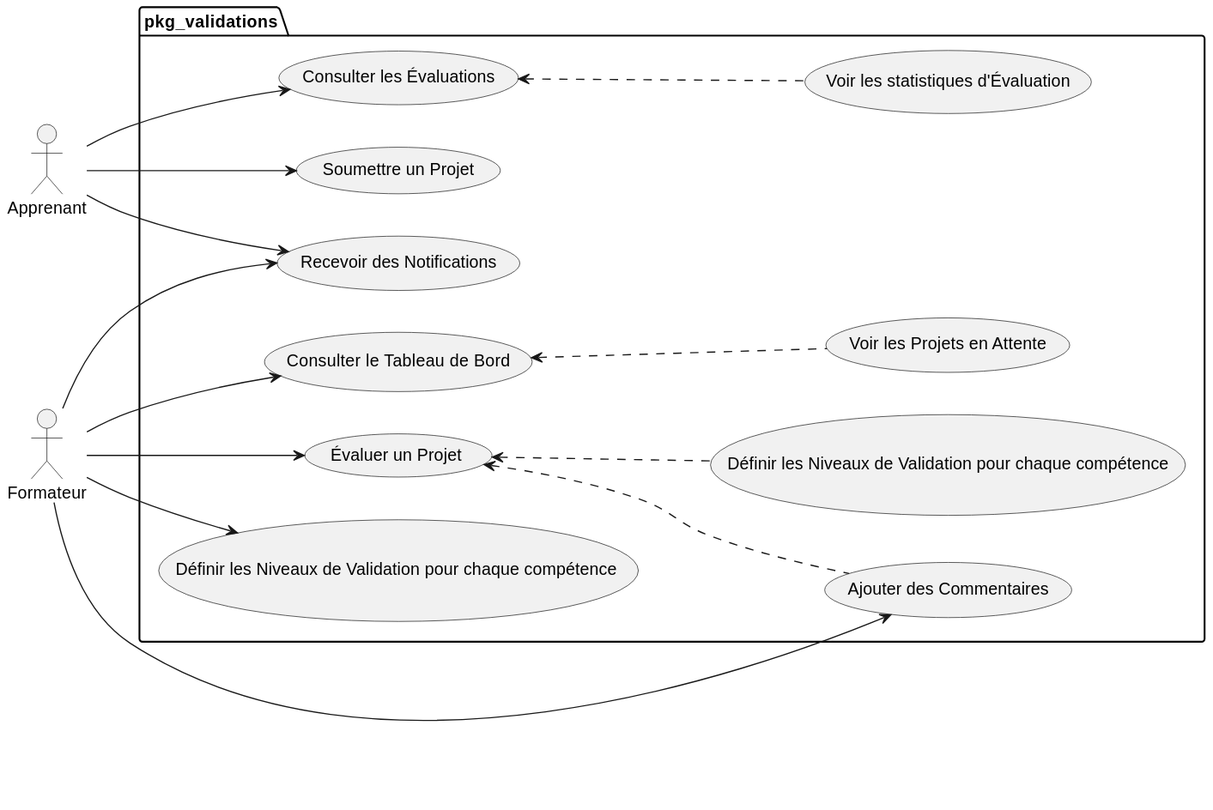
Before: docs/diagrammes/pkg_validations/uses_cases_pkg_validations/uses_cases_pkg_validations.svg, a diagram exported from PlantUML (solicoders/soli-lms).
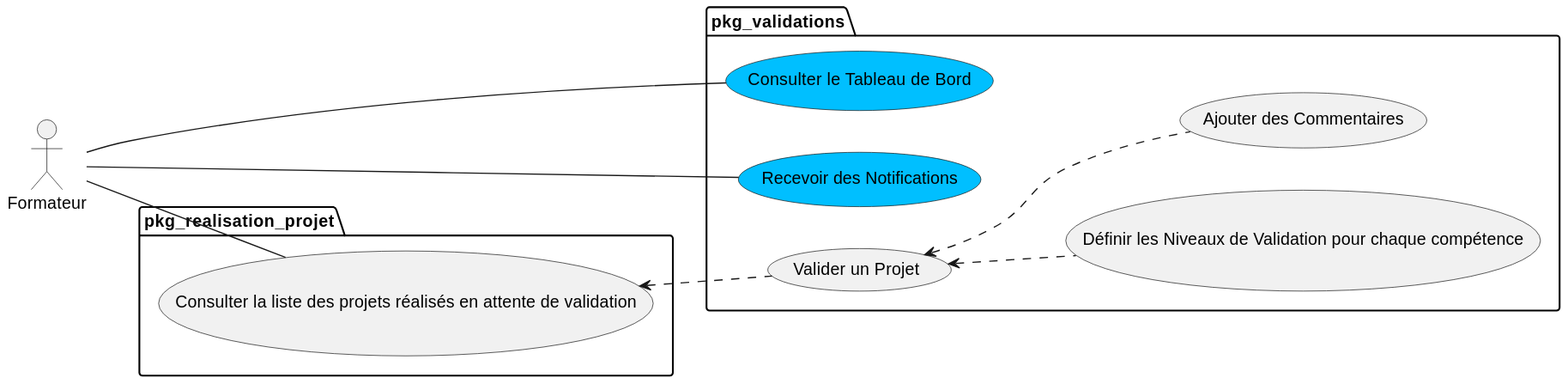
The same file after the commit.

The edit, as a diff of the source:
```diff
@@ -1,24 +1,29 @@
 @startuml
 left to right direction
 actor Formateur
-actor Apprenant
+
+
 
 package pkg_validations {
+ (Consulter le Tableau de Bord)  #DeepSkyblue
+ (Recevoir des Notifications)    #DeepSkyblue
 
-  Formateur --> (Évaluer un Projet)
-  Formateur --> (Ajouter des Commentaires)
-  Formateur --> (Définir les Niveaux de Validation pour chaque compétence )
-  Formateur --> (Consulter le Tableau de Bord)
-  Formateur --> (Recevoir des Notifications)
 
-  Apprenant --> (Soumettre un Projet)
-  Apprenant --> (Consulter les Évaluations)
-  Apprenant --> (Recevoir des Notifications)
 
-  (Évaluer un Projet) <.. (Définir les Niveaux de Validation pour chaque compétence)
-  (Évaluer un Projet) <.. (Ajouter des Commentaires)
-  (Consulter les Évaluations) <.. (Voir les statistiques d'Évaluation)
-  (Consulter le Tableau de Bord) <.. (Voir les Projets en Attente)
+  Formateur -- (Consulter le Tableau de Bord)/
+  Formateur -- (Recevoir des Notifications)/
+
+  (Valider un Projet) <.. (Définir les Niveaux de Validation pour chaque compétence)
+  (Valider un Projet) <.. (Ajouter des Commentaires)
+
+
+}
+
+
+package pkg_realisation_projet{
+
+   Formateur -- (Consulter la liste des projets réalisés en attente de validation)
+   (Consulter la liste des projets réalisés en attente de validation) <.. (Valider un Projet)
 
 }
 @enduml
```
